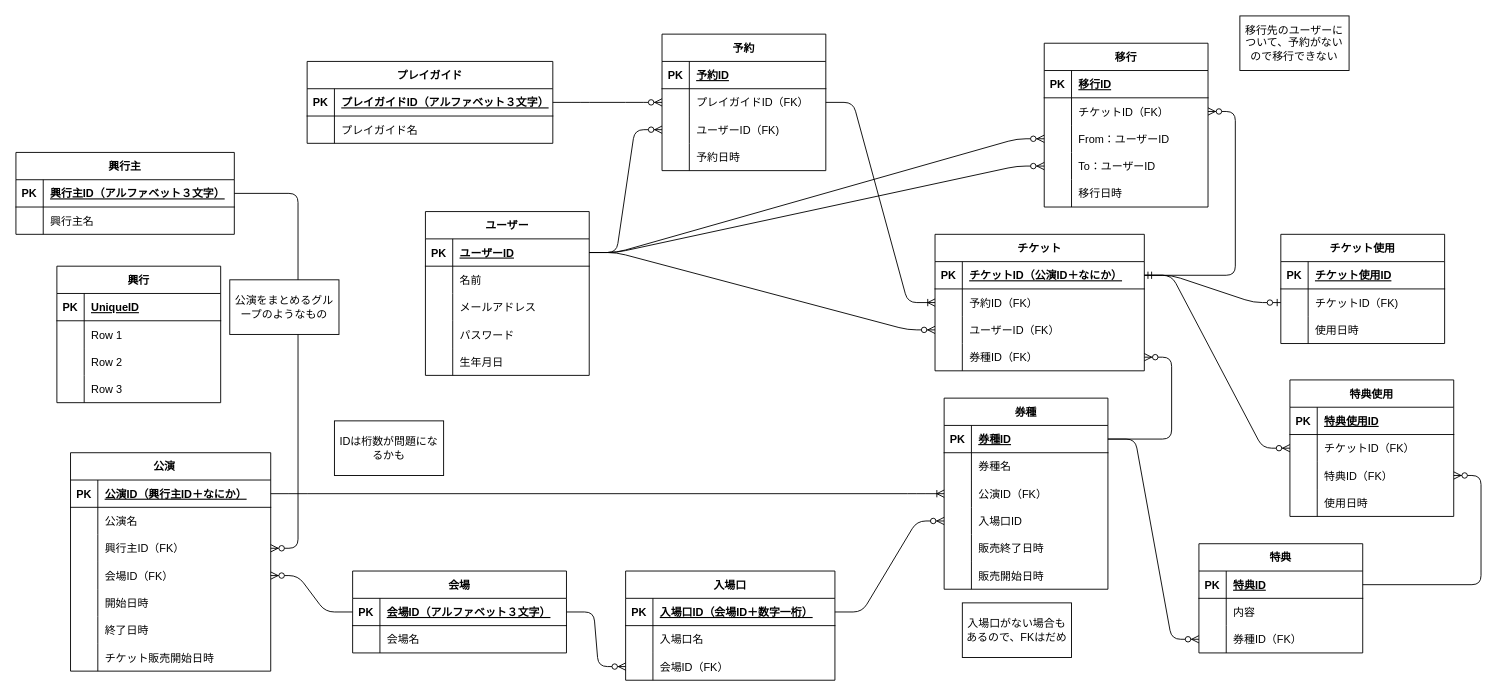
Above: ticket-system/ticket-er-diagram.drawio in YassunEngineerUniversity/training-takeshita (draw.io), before the change. Source tidied: cells renumbered, new cells numbered last; positions are measured from the earlier drawing's top-left corner, leaving out a move shared by most shapes. Both pictures are drawn from the tidied source at 91%, with x=0, y=0 at pixel (15, 15).
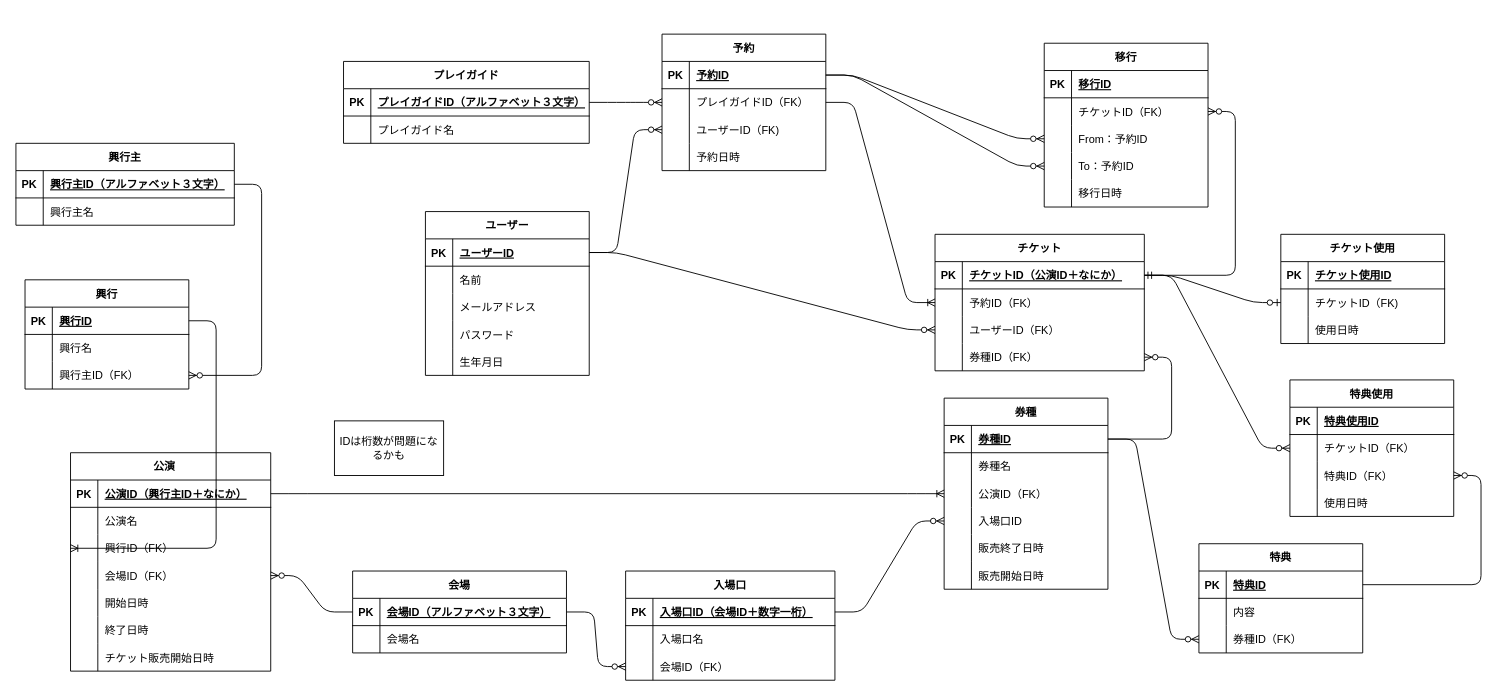
The same page after the edit.

The change refers to these unchanged cells:
```xml
<mxCell id="3" style="shape=tableRow;horizontal=0;startSize=0;swimlaneHead=0;swimlaneBody=0;fillColor=none;points=[[0,0.5],[1,0.5]];portConstraint=eastwest;top=0;left=0;right=0;bottom=1;" parent="2" vertex="1">
  <mxGeometry y="30" width="180" height="30" as="geometry" />
</mxCell>
<mxCell id="20" style="shape=tableRow;horizontal=0;startSize=0;swimlaneHead=0;swimlaneBody=0;fillColor=none;points=[[0,0.5],[1,0.5]];portConstraint=eastwest;top=0;left=0;right=0;bottom=1;" parent="19" vertex="1">
  <mxGeometry y="30" width="240" height="30" as="geometry" />
</mxCell>
<mxCell id="33" style="shape=tableRow;horizontal=0;startSize=0;swimlaneHead=0;swimlaneBody=0;fillColor=none;points=[[0,0.5],[1,0.5]];portConstraint=eastwest;top=0;left=0;right=0;bottom=0;" parent="26" vertex="1">
  <mxGeometry y="90" width="220" height="30" as="geometry" />
</mxCell>
<mxCell id="56" style="shape=tableRow;horizontal=0;startSize=0;swimlaneHead=0;swimlaneBody=0;fillColor=none;points=[[0,0.5],[1,0.5]];portConstraint=eastwest;top=0;left=0;right=0;bottom=1;" parent="55" vertex="1">
  <mxGeometry y="30" width="180" height="30" as="geometry" />
</mxCell>
<mxCell id="106" style="shape=tableRow;horizontal=0;startSize=0;swimlaneHead=0;swimlaneBody=0;fillColor=none;points=[[0,0.5],[1,0.5]];portConstraint=eastwest;top=0;left=0;right=0;bottom=0;" parent="99" vertex="1">
  <mxGeometry y="90" width="180" height="30" as="geometry" />
</mxCell>
<mxCell id="109" style="shape=tableRow;horizontal=0;startSize=0;swimlaneHead=0;swimlaneBody=0;fillColor=none;points=[[0,0.5],[1,0.5]];portConstraint=eastwest;top=0;left=0;right=0;bottom=0;" parent="99" vertex="1">
  <mxGeometry y="120" width="180" height="30" as="geometry" />
</mxCell>
<mxCell id="183" style="shape=tableRow;horizontal=0;startSize=0;swimlaneHead=0;swimlaneBody=0;fillColor=none;points=[[0,0.5],[1,0.5]];portConstraint=eastwest;top=0;left=0;right=0;bottom=1;" parent="182" vertex="1">
  <mxGeometry y="30" width="180" height="30" as="geometry" />
</mxCell>
<mxCell id="186" style="shape=tableRow;horizontal=0;startSize=0;swimlaneHead=0;swimlaneBody=0;fillColor=none;top=0;left=0;right=0;bottom=0;" parent="182" vertex="1">
  <mxGeometry y="60" width="180" height="30" as="geometry" />
</mxCell>
<mxCell id="189" style="shape=tableRow;horizontal=0;startSize=0;swimlaneHead=0;swimlaneBody=0;fillColor=none;points=[[0,0.5],[1,0.5]];portConstraint=eastwest;top=0;left=0;right=0;bottom=0;" parent="182" vertex="1">
  <mxGeometry y="90" width="180" height="30" as="geometry" />
</mxCell>
```

Change to the diagram source:
```diff
@@
-    <mxCell id="18" style="edgeStyle=entityRelationEdgeStyle;fontSize=12;html=1;endArrow=ERzeroToMany;endFill=1;" parent="1" edge="1" source="20" target="33">
+    <mxCell id="18" style="edgeStyle=entityRelationEdgeStyle;fontSize=12;html=1;endArrow=ERzeroToMany;endFill=1;" parent="1" edge="1" source="20" target="189">
       <mxGeometry relative="1" as="geometry" />
     </mxCell>
     <mxCell id="19" value="興行主" style="shape=table;startSize=30;childLayout=tableLayout;rowLines=0;fontStyle=1;align=center;" parent="1" vertex="1">
-      <mxGeometry y="150" width="240" height="90" as="geometry" />
+      <mxGeometry y="140" width="240" height="90" as="geometry" />
     </mxCell>
@@
-    <mxCell id="35" value="興行主ID（FK）" style="shape=partialRectangle;fillColor=none;top=0;left=0;bottom=0;right=0;align=left;spacingLeft=6;overflow=hidden;" parent="33" vertex="1">
+    <mxCell id="35" value="興行ID（FK）" style="shape=partialRectangle;fillColor=none;top=0;left=0;bottom=0;right=0;align=left;spacingLeft=6;overflow=hidden;" parent="33" vertex="1">
       <mxGeometry x="30" width="190" height="30" as="geometry" />
     </mxCell>
@@
     <mxCell id="48" value="プレイガイド" style="shape=table;startSize=30;childLayout=tableLayout;rowLines=0;fontStyle=1;align=center;" parent="1" vertex="1">
-      <mxGeometry x="320" y="50" width="270" height="90" as="geometry" />
+      <mxGeometry x="360" y="50" width="270" height="90" as="geometry" />
     </mxCell>
@@
-    <mxCell id="108" value="From：ユーザーID" style="shape=partialRectangle;fillColor=none;top=0;left=0;bottom=0;right=0;align=left;spacingLeft=6;overflow=hidden;" parent="106" vertex="1">
+    <mxCell id="108" value="From：予約ID" style="shape=partialRectangle;fillColor=none;top=0;left=0;bottom=0;right=0;align=left;spacingLeft=6;overflow=hidden;" parent="106" vertex="1">
       <mxGeometry x="30" width="150" height="30" as="geometry" />
     </mxCell>
@@
-    <mxCell id="111" value="To：ユーザーID" style="shape=partialRectangle;fillColor=none;top=0;left=0;bottom=0;right=0;align=left;spacingLeft=6;overflow=hidden;" parent="109" vertex="1">
+    <mxCell id="111" value="To：予約ID" style="shape=partialRectangle;fillColor=none;top=0;left=0;bottom=0;right=0;align=left;spacingLeft=6;overflow=hidden;" parent="109" vertex="1">
       <mxGeometry x="30" width="150" height="30" as="geometry" />
     </mxCell>
@@
-    <mxCell id="179" style="edgeStyle=entityRelationEdgeStyle;fontSize=12;html=1;endArrow=ERzeroToMany;endFill=1;" parent="1" edge="1" source="3" target="106">
-      <mxGeometry relative="1" as="geometry" />
-    </mxCell>
-    <mxCell id="180" style="edgeStyle=entityRelationEdgeStyle;fontSize=12;html=1;endArrow=ERzeroToMany;endFill=1;" parent="1" edge="1" source="3" target="109">
-      <mxGeometry relative="1" as="geometry" />
-    </mxCell>
@@
     <mxCell id="182" value="興行" style="shape=table;startSize=30;childLayout=tableLayout;rowLines=0;fontStyle=1;align=center;" parent="1" vertex="1">
-      <mxGeometry x="45" y="275" width="180" height="150" as="geometry" />
+      <mxGeometry x="10" y="290" width="180" height="120" as="geometry" />
     </mxCell>
@@
-    <mxCell id="185" value="UniqueID" style="shape=partialRectangle;fillColor=none;top=0;left=0;bottom=0;right=0;align=left;spacingLeft=6;fontStyle=5;overflow=hidden;" parent="183" vertex="1">
+    <mxCell id="185" value="興行ID" style="shape=partialRectangle;fillColor=none;top=0;left=0;bottom=0;right=0;align=left;spacingLeft=6;fontStyle=5;overflow=hidden;" parent="183" vertex="1">
       <mxGeometry x="30" width="150" height="30" as="geometry" />
     </mxCell>
@@
-    <mxCell id="188" value="Row 1" style="shape=partialRectangle;fillColor=none;top=0;left=0;bottom=0;right=0;align=left;spacingLeft=6;overflow=hidden;" parent="186" vertex="1">
+    <mxCell id="188" value="興行名" style="shape=partialRectangle;fillColor=none;top=0;left=0;bottom=0;right=0;align=left;spacingLeft=6;overflow=hidden;" parent="186" vertex="1">
       <mxGeometry x="30" width="150" height="30" as="geometry" />
     </mxCell>
@@
-    <mxCell id="191" value="Row 2" style="shape=partialRectangle;fillColor=none;top=0;left=0;bottom=0;right=0;align=left;spacingLeft=6;overflow=hidden;" parent="189" vertex="1">
+    <mxCell id="191" value="興行主ID（FK）" style="shape=partialRectangle;fillColor=none;top=0;left=0;bottom=0;right=0;align=left;spacingLeft=6;overflow=hidden;" parent="189" vertex="1">
       <mxGeometry x="30" width="150" height="30" as="geometry" />
     </mxCell>
-    <mxCell id="192" style="shape=tableRow;horizontal=0;startSize=0;swimlaneHead=0;swimlaneBody=0;fillColor=none;top=0;left=0;right=0;bottom=0;" parent="182" vertex="1">
-      <mxGeometry y="120" width="180" height="30" as="geometry" />
-    </mxCell>
-    <mxCell id="193" style="shape=partialRectangle;fillColor=none;top=0;left=0;bottom=0;right=0;overflow=hidden;" parent="192" vertex="1">
-      <mxGeometry width="30" height="30" as="geometry" />
-    </mxCell>
-    <mxCell id="194" value="Row 3" style="shape=partialRectangle;fillColor=none;top=0;left=0;bottom=0;right=0;align=left;spacingLeft=6;overflow=hidden;" parent="192" vertex="1">
-      <mxGeometry x="30" width="150" height="30" as="geometry" />
-    </mxCell>
-    <mxCell id="195" value="入場口がない場合もあるので、FKはだめ" style="rounded=0;whiteSpace=wrap;html=1;" parent="1" vertex="1">
-      <mxGeometry x="1040" y="645" width="120" height="60" as="geometry" />
-    </mxCell>
-    <mxCell id="196" value="移行先のユーザーについて、予約がないので移行できない" style="rounded=0;whiteSpace=wrap;html=1;" parent="1" vertex="1">
-      <mxGeometry x="1345" width="120" height="60" as="geometry" />
-    </mxCell>
-    <mxCell id="197" value="公演をまとめるグループのようなもの" style="rounded=0;whiteSpace=wrap;html=1;" parent="1" vertex="1">
-      <mxGeometry x="235" y="290" width="120" height="60" as="geometry" />
-    </mxCell>
@@
+    <mxCell id="199" style="edgeStyle=entityRelationEdgeStyle;fontSize=12;html=1;endArrow=ERoneToMany;entryX=0;entryY=0.5;entryDx=0;entryDy=0;" parent="1" edge="1" source="183" target="33">
+      <mxGeometry relative="1" as="geometry" />
+    </mxCell>
+    <mxCell id="200" style="edgeStyle=entityRelationEdgeStyle;fontSize=12;html=1;endArrow=ERzeroToMany;endFill=1;" parent="1" edge="1" source="56" target="106">
+      <mxGeometry relative="1" as="geometry" />
+    </mxCell>
+    <mxCell id="201" style="edgeStyle=entityRelationEdgeStyle;fontSize=12;html=1;endArrow=ERzeroToMany;endFill=1;" parent="1" edge="1" source="56" target="109">
+      <mxGeometry relative="1" as="geometry" />
+    </mxCell>
```
